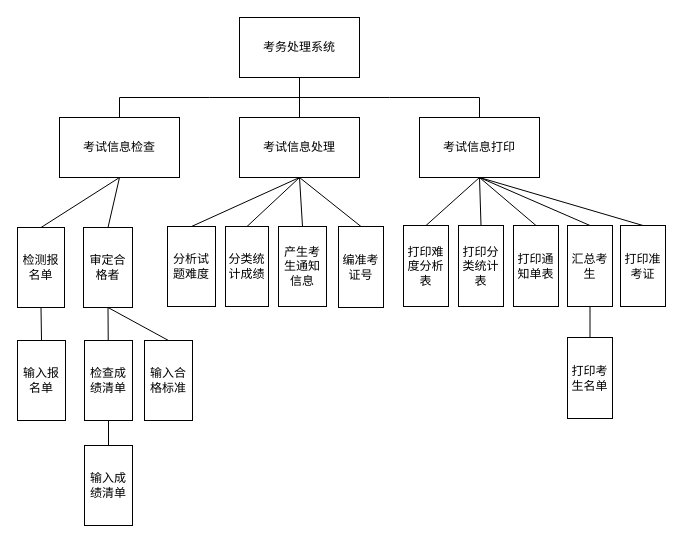
yxy235/SE keeps this draw.io diagram as Test2_Structured.drawio. Above is the earlier version. Source tidied: cells renumbered, new cells numbered last; positions are measured from the earlier drawing's top-left corner, leaving out a move shared by most shapes. Both pictures are drawn from the tidied source at 100%, with x=0, y=0 at pixel (17, 17).
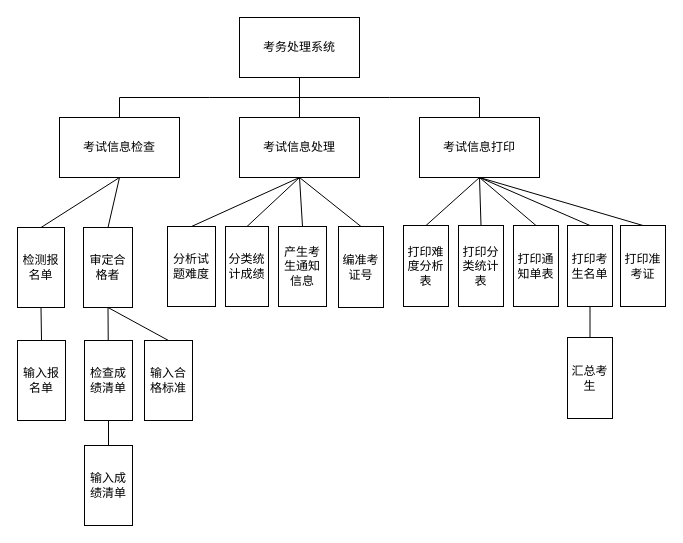
Above is the later version.

Diff of the diagram source:
```diff
@@
-    <mxCell id="25" value="打印考生名单" style="rounded=0;whiteSpace=wrap;html=1;" parent="1" vertex="1">
+    <mxCell id="25" value="汇总考生" style="rounded=0;whiteSpace=wrap;html=1;" parent="1" vertex="1">
       <mxGeometry x="550" y="320" width="45" height="81" as="geometry" />
     </mxCell>
-    <mxCell id="26" value="汇总考生" style="rounded=0;whiteSpace=wrap;html=1;" parent="1" vertex="1">
+    <mxCell id="26" value="打印考生名单" style="rounded=0;whiteSpace=wrap;html=1;" parent="1" vertex="1">
       <mxGeometry x="550" y="208" width="45" height="81" as="geometry" />
     </mxCell>
```
